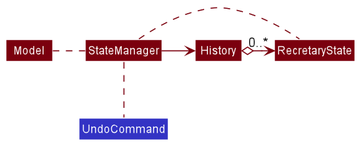
The PlantUML diagram docs/images/UndoClassDiagram.png in zhaohuanqdcn/tp, before a commit.
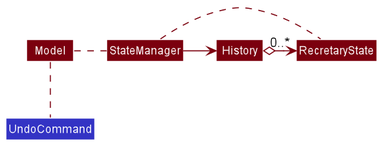
After the change.

Commit message:
Update Undo diagram

What changed in the source:
```diff
@@ -64,5 +64,5 @@
 StateManager .left. Model
 StateManager -right-> History
 StateManager .right. RecretaryState
-UndoCommand .up. StateManager
+UndoCommand .up. Model
 @enduml
```
